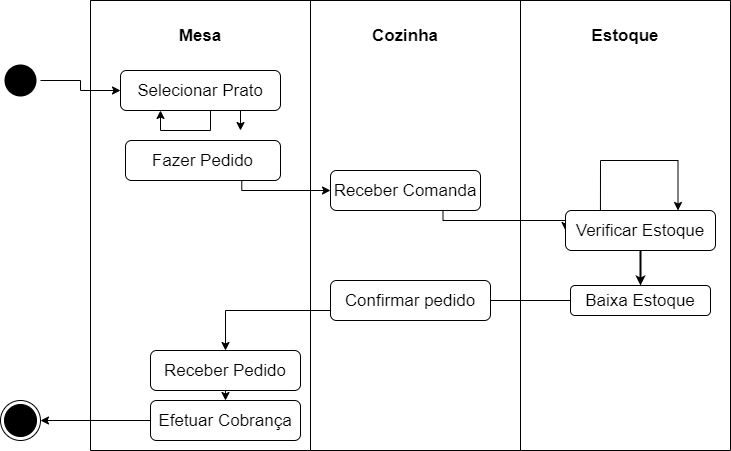
Earlier version of the draw.io export Diagrama de Atividade-EstruturadoCardapio.drawio.png (hinname/project-Restaurant). Source tidied: cells renumbered, new cells last; positions are measured from the earlier drawing's top-left corner, leaving out a move shared by most shapes.
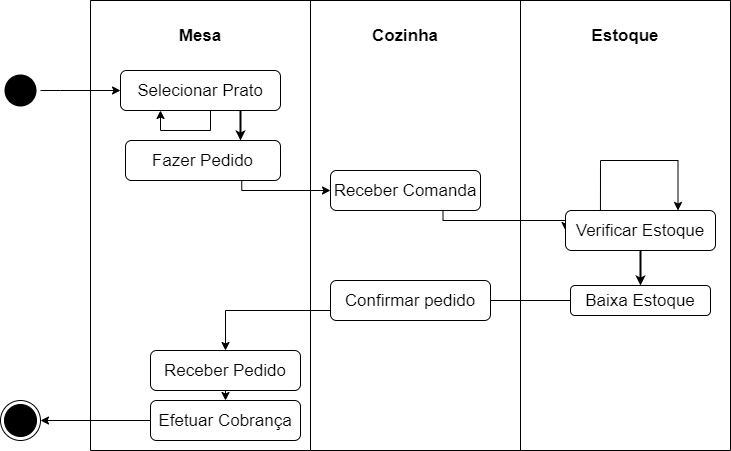
The same diagram one commit later.

Diff of the diagram source:
```diff
@@ -11,7 +11,7 @@
       </mxGeometry>
     </mxCell>
     <mxCell id="4" style="ellipse;html=1;shape=endState;fillColor=#000000;strokeColor=none;" parent="1" vertex="1">
-      <mxGeometry y="60" width="40" height="40" as="geometry" />
+      <mxGeometry y="70" width="40" height="40" as="geometry" />
     </mxCell>
     <mxCell id="5" style="endArrow=classic;html=1;rounded=0;fontSize=17;edgeStyle=orthogonalEdgeStyle;exitX=0.75;exitY=1;exitDx=0;exitDy=0;entryX=0;entryY=0.5;entryDx=0;entryDy=0;" parent="1" edge="1" source="11" target="18">
       <mxGeometry relative="1" as="geometry" />
@@ -100,12 +100,17 @@
       <mxGeometry relative="1" as="geometry" />
     </mxCell>
     <mxCell id="27" style="endArrow=classic;html=1;rounded=0;fontSize=17;edgeStyle=orthogonalEdgeStyle;entryX=0;entryY=0.5;entryDx=0;entryDy=0;" parent="1" edge="1" source="4" target="13">
-      <mxGeometry relative="1" as="geometry" />
+      <mxGeometry relative="1" as="geometry">
+        <Array as="points">
+          <mxPoint x="60" y="90" />
+          <mxPoint x="60" y="90" />
+        </Array>
+      </mxGeometry>
     </mxCell>
-    <mxCell id="28" style="endArrow=classic;html=1;rounded=0;fontSize=17;edgeStyle=orthogonalEdgeStyle;exitX=0.75;exitY=1;exitDx=0;exitDy=0;" parent="1" edge="1" source="13">
-      <mxGeometry relative="1" as="geometry">
-        <mxPoint x="240" y="130" as="targetPoint" />
-      </mxGeometry>
-    </mxCell>
+    <mxCell id="29" style="endArrow=classic;html=1;rounded=0;fontSize=19;startSize=8;endSize=4;strokeColor=#000000;strokeWidth=2;edgeStyle=orthogonalEdgeStyle;jumpSize=5;exitX=0.75;exitY=1;exitDx=0;exitDy=0;" parent="1" edge="1" source="13">
+      <mxGeometry relative="1" as="geometry">
+        <mxPoint x="240" y="140" as="targetPoint" />
+      </mxGeometry>
+    </mxCell>
   </root>
 </mxGraphModel>
```
